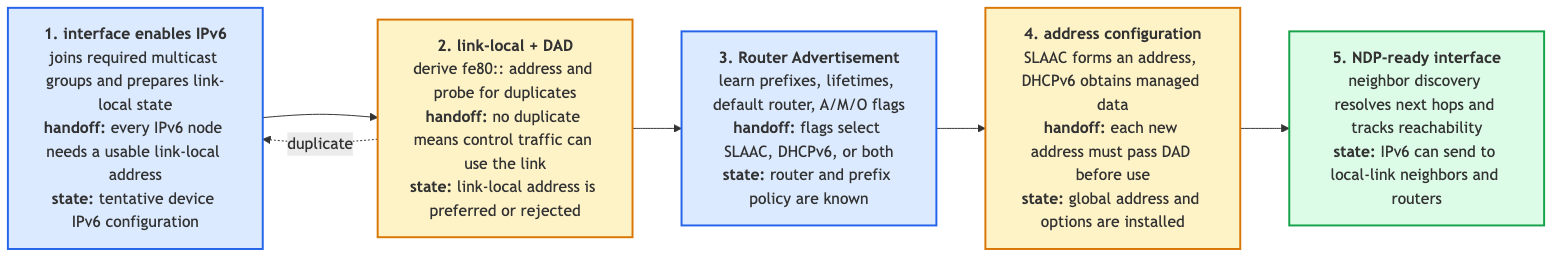
Above: linux-net/src/diagrams/day10_ipv6_autoconf.png in biefy/books (Mermaid), before the change. Its source is kept beside it as linux-net/src/diagrams/src/day10_ipv6_autoconf.mmd.
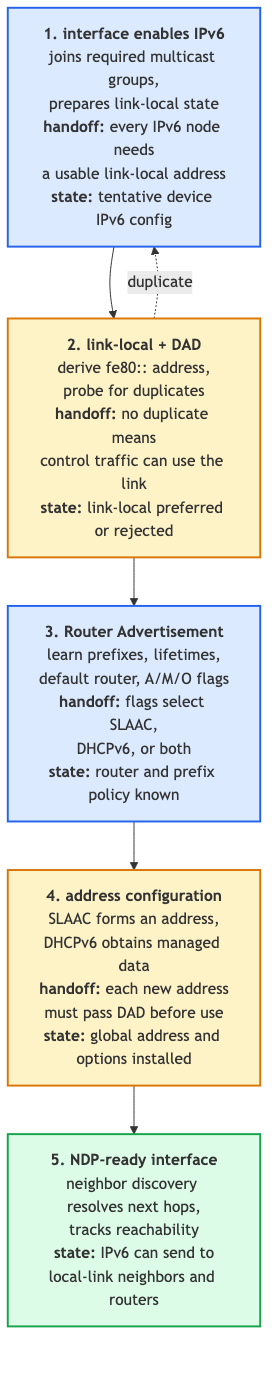
After the change.

Change to the diagram source:
```diff
@@ -1,13 +1,13 @@
-flowchart LR
-    Start["<b>1. interface enables IPv6</b><br/>joins required multicast groups and prepares link-local state<br/><b>handoff:</b> every IPv6 node needs a usable link-local address<br/><b>state:</b> tentative device IPv6 configuration"]
+flowchart TD
+    Start["<b>1. interface enables IPv6</b><br/>joins required multicast groups,<br/>prepares link-local state<br/><b>handoff:</b> every IPv6 node needs<br/>a usable link-local address<br/><b>state:</b> tentative device IPv6 config"]
 
-    LinkLocal["<b>2. link-local + DAD</b><br/>derive fe80:: address and probe for duplicates<br/><b>handoff:</b> no duplicate means control traffic can use the link<br/><b>state:</b> link-local address is preferred or rejected"]
+    LinkLocal["<b>2. link-local + DAD</b><br/>derive fe80:: address,<br/>probe for duplicates<br/><b>handoff:</b> no duplicate means<br/>control traffic can use the link<br/><b>state:</b> link-local preferred or rejected"]
 
-    RA["<b>3. Router Advertisement</b><br/>learn prefixes, lifetimes, default router, A/M/O flags<br/><b>handoff:</b> flags select SLAAC, DHCPv6, or both<br/><b>state:</b> router and prefix policy are known"]
+    RA["<b>3. Router Advertisement</b><br/>learn prefixes, lifetimes,<br/>default router, A/M/O flags<br/><b>handoff:</b> flags select SLAAC,<br/>DHCPv6, or both<br/><b>state:</b> router and prefix policy known"]
 
-    Addr["<b>4. address configuration</b><br/>SLAAC forms an address, DHCPv6 obtains managed data<br/><b>handoff:</b> each new address must pass DAD before use<br/><b>state:</b> global address and options are installed"]
+    Addr["<b>4. address configuration</b><br/>SLAAC forms an address,<br/>DHCPv6 obtains managed data<br/><b>handoff:</b> each new address<br/>must pass DAD before use<br/><b>state:</b> global address and options installed"]
 
-    Ready["<b>5. NDP-ready interface</b><br/>neighbor discovery resolves next hops and tracks reachability<br/><b>state:</b> IPv6 can send to local-link neighbors and routers"]
+    Ready["<b>5. NDP-ready interface</b><br/>neighbor discovery resolves next hops,<br/>tracks reachability<br/><b>state:</b> IPv6 can send to<br/>local-link neighbors and routers"]
 
     Start --> LinkLocal --> RA --> Addr --> Ready
     LinkLocal -. duplicate .-> Start
```
